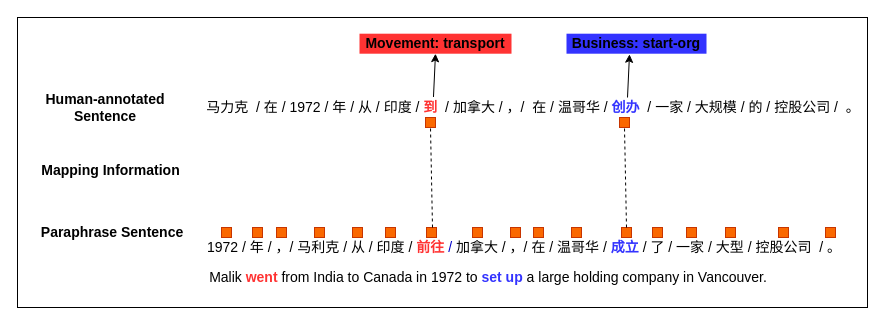
gitofding/first_repository keeps this draw.io diagram as alignmeng.drawio. Above is the earlier version. Source tidied: cells renumbered, new cells numbered last; positions are measured from the earlier drawing's top-left corner, leaving out a move shared by most shapes. Both pictures are drawn from the tidied source at 100%, with x=0, y=0 at pixel (17, 17).
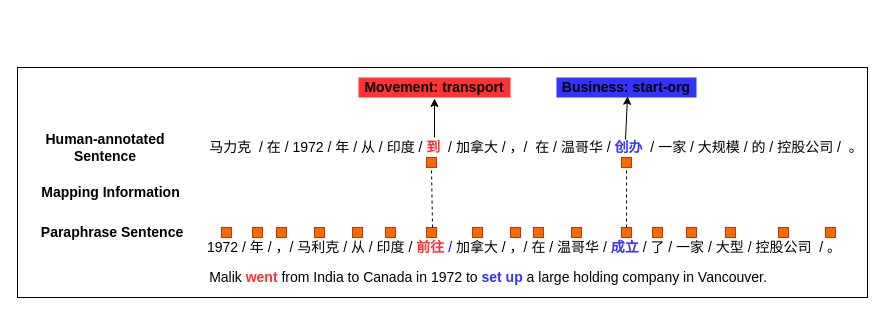
The same diagram, later.

Diff of the diagram source:
```diff
@@
     <mxCell id="2" style="rounded=0;whiteSpace=wrap;html=1;" parent="1" vertex="1">
-      <mxGeometry width="850" height="290" as="geometry" />
+      <mxGeometry y="50" width="850" height="230" as="geometry" />
     </mxCell>
     <mxCell id="3" value="&lt;font style=&quot;font-size: 14px&quot;&gt;马力克&amp;nbsp; / 在 / 1972 / 年 / 从 / 印度 /&amp;nbsp;&lt;b&gt;&lt;font color=&quot;#ff3333&quot;&gt;到&lt;/font&gt;&amp;nbsp;&lt;/b&gt;&amp;nbsp;/ 加拿大 / ，/&amp;nbsp; 在 / 温哥华 /&amp;nbsp;&lt;b&gt;&lt;font color=&quot;#3333ff&quot;&gt;创办&lt;/font&gt;&lt;/b&gt;&lt;font color=&quot;#ff0000&quot;&gt;&amp;nbsp;&amp;nbsp;&lt;/font&gt;/ 一家 / 大规模 / 的 / 控股公司 /&amp;nbsp; 。&lt;/font&gt;" style="text;html=1;strokeColor=none;fillColor=none;align=center;verticalAlign=middle;whiteSpace=wrap;rounded=0;" parent="1" vertex="1">
-      <mxGeometry x="187" y="80" width="658" height="20" as="geometry" />
+      <mxGeometry x="190" y="120" width="658" height="20" as="geometry" />
     </mxCell>
@@
     <mxCell id="6" value="&lt;b&gt;&lt;font style=&quot;font-size: 14px&quot;&gt;Mapping Information&lt;/font&gt;&lt;/b&gt;" style="text;html=1;strokeColor=none;fillColor=none;align=center;verticalAlign=middle;whiteSpace=wrap;rounded=0;" parent="1" vertex="1">
-      <mxGeometry x="20.2" y="143" width="147" height="20" as="geometry" />
+      <mxGeometry x="20.2" y="165" width="147" height="20" as="geometry" />
     </mxCell>
     <mxCell id="7" value="&lt;b&gt;&lt;font style=&quot;font-size: 14px&quot;&gt;Human-annotated Sentence&lt;/font&gt;&lt;/b&gt;" style="text;html=1;strokeColor=none;fillColor=none;align=center;verticalAlign=middle;whiteSpace=wrap;rounded=0;" parent="1" vertex="1">
-      <mxGeometry x="20.2" y="80" width="135.5" height="20" as="geometry" />
+      <mxGeometry x="20.2" y="120" width="135.5" height="20" as="geometry" />
     </mxCell>
@@
     <mxCell id="9" value="&lt;font style=&quot;font-size: 14px&quot;&gt;&lt;b&gt;Movement: transport&lt;/b&gt;&lt;/font&gt;" style="text;html=1;strokeColor=none;fillColor=#FF3333;align=center;verticalAlign=middle;whiteSpace=wrap;rounded=0;" parent="1" vertex="1">
-      <mxGeometry x="342" y="16.2" width="152" height="20" as="geometry" />
+      <mxGeometry x="341" y="60" width="152" height="20" as="geometry" />
     </mxCell>
     <mxCell id="10" value="&lt;font style=&quot;font-size: 14px&quot;&gt;&lt;b&gt;Business: start-org&lt;/b&gt;&lt;/font&gt;" style="text;html=1;strokeColor=none;fillColor=#3333FF;align=center;verticalAlign=middle;whiteSpace=wrap;rounded=0;" parent="1" vertex="1">
-      <mxGeometry x="549" y="16.2" width="140" height="20" as="geometry" />
+      <mxGeometry x="539" y="60" width="140" height="20" as="geometry" />
     </mxCell>
-    <mxCell id="11" style="endArrow=classic;html=1;entryX=0.5;entryY=1;entryDx=0;entryDy=0;exitX=0.348;exitY=-0.026;exitDx=0;exitDy=0;exitPerimeter=0;" parent="1" edge="1" source="3" target="9">
-      <mxGeometry relative="1" as="geometry" />
+    <mxCell id="11" style="endArrow=classic;html=1;entryX=0.5;entryY=1;entryDx=0;entryDy=0;" parent="1" edge="1">
+      <mxGeometry relative="1" as="geometry">
+        <mxPoint x="417" y="120" as="sourcePoint" />
+        <mxPoint x="417" y="81" as="targetPoint" />
+      </mxGeometry>
     </mxCell>
     <mxCell id="12" style="endArrow=classic;html=1;entryX=0.5;entryY=1;entryDx=0;entryDy=0;exitX=0.348;exitY=-0.026;exitDx=0;exitDy=0;exitPerimeter=0;" parent="1" edge="1">
       <mxGeometry relative="1" as="geometry">
-        <mxPoint x="610" y="80" as="sourcePoint" />
-        <mxPoint x="612" y="36.8" as="targetPoint" />
+        <mxPoint x="608" y="122" as="sourcePoint" />
+        <mxPoint x="610" y="78.8" as="targetPoint" />
       </mxGeometry>
     </mxCell>
@@
     <mxCell id="32" style="rounded=0;whiteSpace=wrap;html=1;direction=south;fillColor=#fa6800;strokeColor=#C73500;fontColor=#ffffff;" parent="1" vertex="1">
-      <mxGeometry x="408" y="100" width="10" height="10" as="geometry" />
+      <mxGeometry x="409" y="140" width="10" height="10" as="geometry" />
     </mxCell>
@@
     <mxCell id="34" style="rounded=0;whiteSpace=wrap;html=1;direction=south;fillColor=#fa6800;strokeColor=#C73500;fontColor=#ffffff;" parent="1" vertex="1">
-      <mxGeometry x="602" y="100" width="10" height="10" as="geometry" />
+      <mxGeometry x="604" y="140" width="10" height="10" as="geometry" />
     </mxCell>
```
